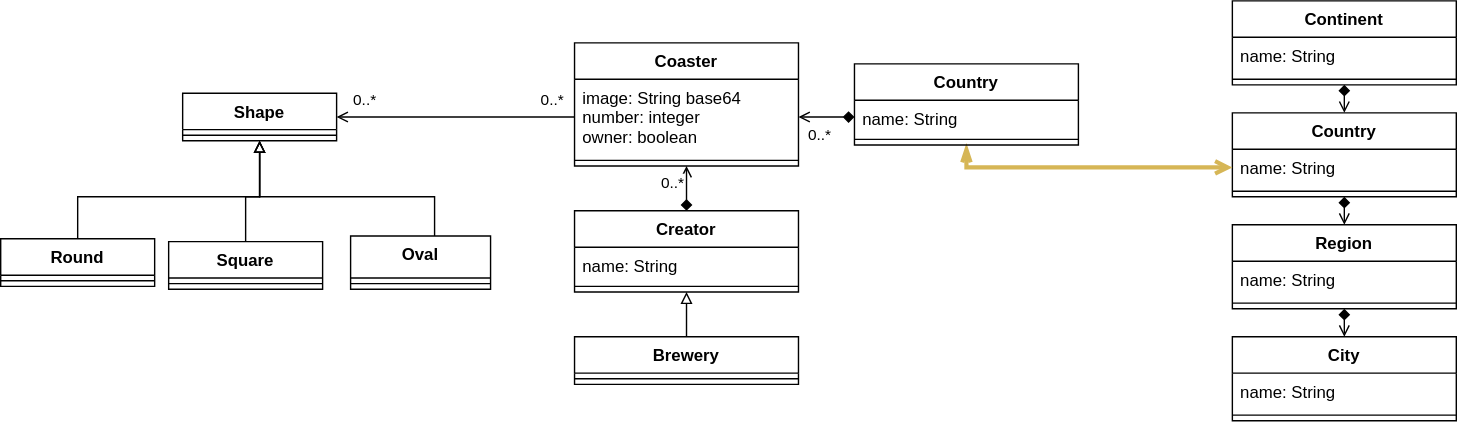
This is src/content/docs/blog/img/posts/2021-05-15-connecting-meta-models/connected-meta-model.drawio.svg from moosetechnology/moosetechnology.github.io, a draw.io export, as it was before one commit. Source tidied: cells renumbered, new cells last; positions are measured from the earlier drawing's top-left corner, leaving out a move shared by most shapes. Its diagram source:
```xml
<mxGraphModel>
  <root>
    <mxCell id="0" />
    <mxCell id="1" parent="0" />
    <mxCell id="2" value="Continent" style="swimlane;fontStyle=1;align=center;verticalAlign=top;horizontal=1;startSize=26;" parent="1" vertex="1">
      <mxGeometry x="880" width="160" height="60" as="geometry" />
    </mxCell>
    <mxCell id="3" value="name: String" style="text;strokeColor=none;fillColor=none;align=left;verticalAlign=top;spacingLeft=4;spacingRight=4;overflow=hidden;" parent="2" vertex="1">
      <mxGeometry y="26" width="160" height="26" as="geometry" />
    </mxCell>
    <mxCell id="4" style="line;strokeWidth=1;fillColor=none;align=left;verticalAlign=middle;spacingTop=-1;spacingLeft=3;spacingRight=3;labelPosition=right;" parent="2" vertex="1">
      <mxGeometry y="52" width="160" height="8" as="geometry" />
    </mxCell>
    <mxCell id="5" value="Country" style="swimlane;fontStyle=1;align=center;verticalAlign=top;horizontal=1;startSize=26;" parent="1" vertex="1">
      <mxGeometry x="880" y="80" width="160" height="60" as="geometry" />
    </mxCell>
    <mxCell id="6" value="name: String" style="text;strokeColor=none;fillColor=none;align=left;verticalAlign=top;spacingLeft=4;spacingRight=4;overflow=hidden;points=[[0,0.5],[1,0.5]];portConstraint=eastwest;" parent="5" vertex="1">
      <mxGeometry y="26" width="160" height="26" as="geometry" />
    </mxCell>
    <mxCell id="7" style="line;strokeWidth=1;fillColor=none;align=left;verticalAlign=middle;spacingTop=-1;spacingLeft=3;spacingRight=3;labelPosition=right;" parent="5" vertex="1">
      <mxGeometry y="52" width="160" height="8" as="geometry" />
    </mxCell>
    <mxCell id="8" value="City" style="swimlane;fontStyle=1;align=center;verticalAlign=top;horizontal=1;startSize=26;" parent="1" vertex="1">
      <mxGeometry x="880" y="240" width="160" height="60" as="geometry" />
    </mxCell>
    <mxCell id="9" value="name: String" style="text;strokeColor=none;fillColor=none;align=left;verticalAlign=top;spacingLeft=4;spacingRight=4;overflow=hidden;" parent="8" vertex="1">
      <mxGeometry y="26" width="160" height="26" as="geometry" />
    </mxCell>
    <mxCell id="10" style="line;strokeWidth=1;fillColor=none;align=left;verticalAlign=middle;spacingTop=-1;spacingLeft=3;spacingRight=3;labelPosition=right;" parent="8" vertex="1">
      <mxGeometry y="52" width="160" height="8" as="geometry" />
    </mxCell>
    <mxCell id="11" value="Region&#10;" style="swimlane;fontStyle=1;align=center;verticalAlign=top;horizontal=1;startSize=26;" parent="1" vertex="1">
      <mxGeometry x="880" y="160" width="160" height="60" as="geometry" />
    </mxCell>
    <mxCell id="12" value="name: String" style="text;strokeColor=none;fillColor=none;align=left;verticalAlign=top;spacingLeft=4;spacingRight=4;overflow=hidden;" parent="11" vertex="1">
      <mxGeometry y="26" width="160" height="26" as="geometry" />
    </mxCell>
    <mxCell id="13" style="line;strokeWidth=1;fillColor=none;align=left;verticalAlign=middle;spacingTop=-1;spacingLeft=3;spacingRight=3;labelPosition=right;" parent="11" vertex="1">
      <mxGeometry y="52" width="160" height="8" as="geometry" />
    </mxCell>
    <mxCell id="14" style="edgeStyle=orthogonalEdgeStyle;rounded=0;jettySize=auto;html=1;entryX=0.5;entryY=0;entryDx=0;entryDy=0;endArrow=open;endFill=0;startArrow=diamond;startFill=1;exitX=0.5;exitY=1;exitDx=0;exitDy=0;" parent="1" edge="1" source="2" target="5">
      <mxGeometry relative="1" as="geometry" />
    </mxCell>
    <mxCell id="15" style="edgeStyle=orthogonalEdgeStyle;rounded=0;jettySize=auto;html=1;entryX=0.5;entryY=0;entryDx=0;entryDy=0;startArrow=diamond;startFill=1;endArrow=open;endFill=0;exitX=0.5;exitY=1;exitDx=0;exitDy=0;" parent="1" edge="1" source="5" target="11">
      <mxGeometry relative="1" as="geometry" />
    </mxCell>
    <mxCell id="16" style="edgeStyle=orthogonalEdgeStyle;rounded=0;jettySize=auto;html=1;entryX=0.5;entryY=0;entryDx=0;entryDy=0;startArrow=diamond;startFill=1;endArrow=open;endFill=0;exitX=0.5;exitY=1;exitDx=0;exitDy=0;" parent="1" edge="1" source="11" target="8">
      <mxGeometry relative="1" as="geometry" />
    </mxCell>
    <mxCell id="17" value="Shape" style="swimlane;fontStyle=1;align=center;verticalAlign=top;horizontal=1;startSize=26;" parent="1" vertex="1">
      <mxGeometry x="130" y="66" width="110" height="34" as="geometry" />
    </mxCell>
    <mxCell id="18" style="line;strokeWidth=1;fillColor=none;align=left;verticalAlign=middle;spacingTop=-1;spacingLeft=3;spacingRight=3;labelPosition=right;" parent="17" vertex="1">
      <mxGeometry y="26" width="110" height="8" as="geometry" />
    </mxCell>
    <mxCell id="19" style="edgeStyle=orthogonalEdgeStyle;rounded=0;jettySize=auto;html=1;entryX=1;entryY=0.5;entryDx=0;entryDy=0;startArrow=none;startFill=0;endArrow=open;endFill=0;exitX=0;exitY=0.5;exitDx=0;exitDy=0;" parent="1" edge="1" source="39" target="17">
      <mxGeometry relative="1" as="geometry" />
    </mxCell>
    <mxCell id="20" value="0..*" style="edgeLabel;html=1;align=center;verticalAlign=middle;" parent="19" vertex="1">
      <mxGeometry x="0.78" relative="1" as="geometry">
        <mxPoint y="-12" as="offset" />
      </mxGeometry>
    </mxCell>
    <mxCell id="21" value="0..*" style="edgeLabel;html=1;align=center;verticalAlign=middle;" parent="19" vertex="1">
      <mxGeometry x="-0.8" relative="1" as="geometry">
        <mxPoint y="-12.7" as="offset" />
      </mxGeometry>
    </mxCell>
    <mxCell id="22" style="edgeStyle=orthogonalEdgeStyle;rounded=0;jettySize=auto;html=1;startArrow=none;startFill=0;endArrow=block;endFill=0;entryX=0.5;entryY=1;entryDx=0;entryDy=0;" parent="1" edge="1" source="23" target="17">
      <mxGeometry relative="1" as="geometry">
        <Array as="points">
          <mxPoint x="310" y="140" />
          <mxPoint x="185" y="140" />
        </Array>
      </mxGeometry>
    </mxCell>
    <mxCell id="23" value="Oval" style="swimlane;fontStyle=1;align=center;verticalAlign=top;horizontal=1;startSize=30;" parent="1" vertex="1">
      <mxGeometry x="250" y="168" width="100" height="38" as="geometry" />
    </mxCell>
    <mxCell id="24" style="line;strokeWidth=1;fillColor=none;align=left;verticalAlign=middle;spacingTop=-1;spacingLeft=3;spacingRight=3;labelPosition=right;" parent="23" vertex="1">
      <mxGeometry y="30" width="100" height="8" as="geometry" />
    </mxCell>
    <mxCell id="25" style="edgeStyle=orthogonalEdgeStyle;rounded=0;jettySize=auto;html=1;startArrow=none;startFill=0;endArrow=block;endFill=0;entryX=0.5;entryY=1;entryDx=0;entryDy=0;" parent="1" edge="1" source="26" target="17">
      <mxGeometry relative="1" as="geometry">
        <Array as="points">
          <mxPoint x="175" y="140" />
          <mxPoint x="185" y="140" />
        </Array>
      </mxGeometry>
    </mxCell>
    <mxCell id="26" value="Square" style="swimlane;fontStyle=1;align=center;verticalAlign=top;horizontal=1;startSize=26;" parent="1" vertex="1">
      <mxGeometry x="120" y="172" width="110" height="34" as="geometry" />
    </mxCell>
    <mxCell id="27" style="line;strokeWidth=1;fillColor=none;align=left;verticalAlign=middle;spacingTop=-1;spacingLeft=3;spacingRight=3;labelPosition=right;" parent="26" vertex="1">
      <mxGeometry y="26" width="110" height="8" as="geometry" />
    </mxCell>
    <mxCell id="28" style="edgeStyle=orthogonalEdgeStyle;rounded=0;jettySize=auto;html=1;entryX=0.5;entryY=1;entryDx=0;entryDy=0;startArrow=none;startFill=0;endArrow=block;endFill=0;" parent="1" edge="1" source="29" target="17">
      <mxGeometry relative="1" as="geometry">
        <Array as="points">
          <mxPoint x="55" y="140" />
          <mxPoint x="185" y="140" />
        </Array>
      </mxGeometry>
    </mxCell>
    <mxCell id="29" value="Round" style="swimlane;fontStyle=1;align=center;verticalAlign=top;horizontal=1;startSize=26;" parent="1" vertex="1">
      <mxGeometry y="170" width="110" height="34" as="geometry" />
    </mxCell>
    <mxCell id="30" style="line;strokeWidth=1;fillColor=none;align=left;verticalAlign=middle;spacingTop=-1;spacingLeft=3;spacingRight=3;labelPosition=right;" parent="29" vertex="1">
      <mxGeometry y="26" width="110" height="8" as="geometry" />
    </mxCell>
    <mxCell id="31" style="edgeStyle=orthogonalEdgeStyle;rounded=0;jettySize=auto;html=1;startArrow=diamond;startFill=1;endArrow=open;endFill=0;entryX=0.5;entryY=1;entryDx=0;entryDy=0;exitX=0.5;exitY=0;exitDx=0;exitDy=0;" parent="1" edge="1" source="45" target="38">
      <mxGeometry relative="1" as="geometry" />
    </mxCell>
    <mxCell id="32" value="0..*" style="edgeLabel;html=1;align=center;verticalAlign=middle;" parent="31" vertex="1">
      <mxGeometry x="0.29" y="1" relative="1" as="geometry">
        <mxPoint x="-9" as="offset" />
      </mxGeometry>
    </mxCell>
    <mxCell id="33" style="edgeStyle=orthogonalEdgeStyle;rounded=0;jettySize=auto;html=1;entryX=0.5;entryY=1;entryDx=0;entryDy=0;startArrow=none;startFill=0;endArrow=block;endFill=0;" parent="1" edge="1" source="34" target="45">
      <mxGeometry relative="1" as="geometry" />
    </mxCell>
    <mxCell id="34" value="Brewery" style="swimlane;fontStyle=1;align=center;verticalAlign=top;horizontal=1;startSize=26;" parent="1" vertex="1">
      <mxGeometry x="410" y="240" width="160" height="34" as="geometry" />
    </mxCell>
    <mxCell id="35" style="line;strokeWidth=1;fillColor=none;align=left;verticalAlign=middle;spacingTop=-1;spacingLeft=3;spacingRight=3;labelPosition=right;" parent="34" vertex="1">
      <mxGeometry y="26" width="160" height="8" as="geometry" />
    </mxCell>
    <mxCell id="36" style="edgeStyle=orthogonalEdgeStyle;rounded=0;jettySize=auto;html=1;entryX=1;entryY=0.5;entryDx=0;entryDy=0;endArrow=open;endFill=0;startArrow=diamond;startFill=1;exitX=0;exitY=0.5;exitDx=0;exitDy=0;" parent="1" edge="1" source="43" target="39">
      <mxGeometry relative="1" as="geometry" />
    </mxCell>
    <mxCell id="37" value="0..*" style="edgeLabel;html=1;align=center;verticalAlign=middle;" parent="36" vertex="1">
      <mxGeometry x="0.23" y="-1" relative="1" as="geometry">
        <mxPoint y="14" as="offset" />
      </mxGeometry>
    </mxCell>
    <mxCell id="38" value="Coaster" style="swimlane;fontStyle=1;align=center;verticalAlign=top;horizontal=1;startSize=26;" parent="1" vertex="1">
      <mxGeometry x="410" y="30" width="160" height="88" as="geometry" />
    </mxCell>
    <mxCell id="39" value="image: String base64&#10;number: integer&#10;owner: boolean" style="text;strokeColor=none;fillColor=none;align=left;verticalAlign=top;spacingLeft=4;spacingRight=4;overflow=hidden;points=[[0,0.5],[1,0.5]];portConstraint=eastwest;" parent="38" vertex="1">
      <mxGeometry y="26" width="160" height="54" as="geometry" />
    </mxCell>
    <mxCell id="40" style="line;strokeWidth=1;fillColor=none;align=left;verticalAlign=middle;spacingTop=-1;spacingLeft=3;spacingRight=3;labelPosition=right;" parent="38" vertex="1">
      <mxGeometry y="80" width="160" height="8" as="geometry" />
    </mxCell>
    <mxCell id="41" style="edgeStyle=orthogonalEdgeStyle;rounded=0;jettySize=auto;html=1;entryX=0;entryY=0.5;entryDx=0;entryDy=0;strokeColor=#d6b656;fillColor=#fff2cc;jumpSize=9;strokeWidth=3;endArrow=open;endFill=0;startArrow=openThin;startFill=0;" parent="1" edge="1" source="42" target="6">
      <mxGeometry relative="1" as="geometry">
        <Array as="points">
          <mxPoint x="690" y="119" />
        </Array>
      </mxGeometry>
    </mxCell>
    <mxCell id="42" value="Country" style="swimlane;fontStyle=1;align=center;verticalAlign=top;horizontal=1;startSize=26;" parent="1" vertex="1">
      <mxGeometry x="610" y="45" width="160" height="58" as="geometry" />
    </mxCell>
    <mxCell id="43" value="name: String" style="text;strokeColor=none;fillColor=none;align=left;verticalAlign=top;spacingLeft=4;spacingRight=4;overflow=hidden;points=[[0,0.5],[1,0.5]];portConstraint=eastwest;" parent="42" vertex="1">
      <mxGeometry y="26" width="160" height="24" as="geometry" />
    </mxCell>
    <mxCell id="44" style="line;strokeWidth=1;fillColor=none;align=left;verticalAlign=middle;spacingTop=-1;spacingLeft=3;spacingRight=3;labelPosition=right;" parent="42" vertex="1">
      <mxGeometry y="50" width="160" height="8" as="geometry" />
    </mxCell>
    <mxCell id="45" value="Creator" style="swimlane;fontStyle=1;align=center;verticalAlign=top;horizontal=1;startSize=26;" parent="1" vertex="1">
      <mxGeometry x="410" y="150" width="160" height="58" as="geometry" />
    </mxCell>
    <mxCell id="46" value="name: String" style="text;strokeColor=none;fillColor=none;align=left;verticalAlign=top;spacingLeft=4;spacingRight=4;overflow=hidden;" parent="45" vertex="1">
      <mxGeometry y="26" width="160" height="24" as="geometry" />
    </mxCell>
    <mxCell id="47" style="line;strokeWidth=1;fillColor=none;align=left;verticalAlign=middle;spacingTop=-1;spacingLeft=3;spacingRight=3;labelPosition=right;" parent="45" vertex="1">
      <mxGeometry y="50" width="160" height="8" as="geometry" />
    </mxCell>
  </root>
</mxGraphModel>
```
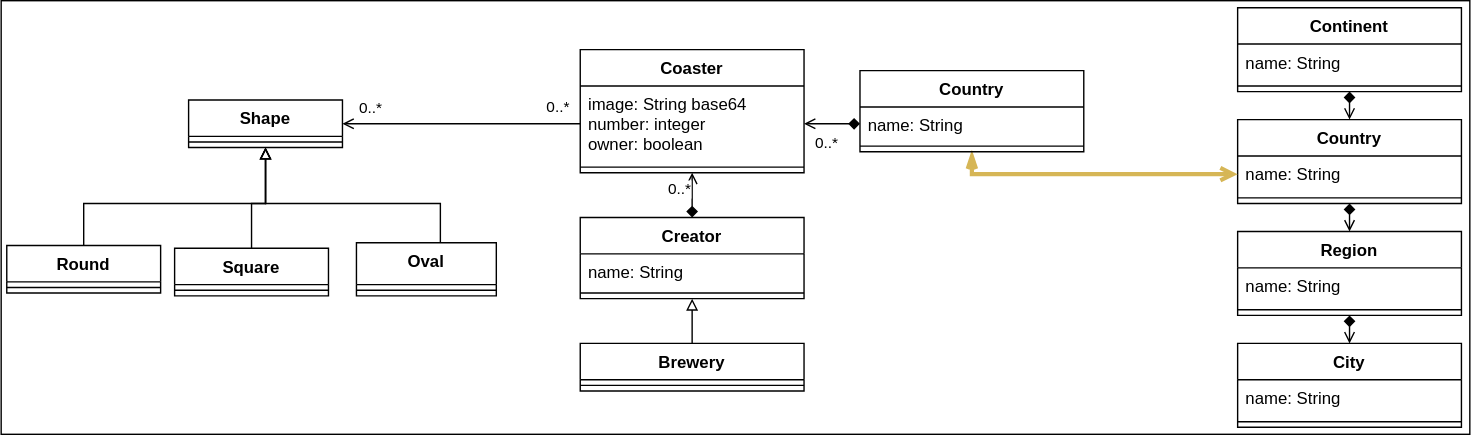
The same file after the commit.

Commit message:
background to SVG image in 2021-05-15-connecting-meta-models

Diff of the diagram source:
```diff
@@ -2,6 +2,9 @@
   <root>
     <mxCell id="0" />
     <mxCell id="1" parent="0" />
+    <mxCell id="48" style="rounded=0;whiteSpace=wrap;html=1;" parent="1" vertex="1">
+      <mxGeometry x="-4" y="-5" width="1050" height="310" as="geometry" />
+    </mxCell>
     <mxCell id="2" value="Continent" style="swimlane;fontStyle=1;align=center;verticalAlign=top;horizontal=1;startSize=26;" parent="1" vertex="1">
       <mxGeometry x="880" width="160" height="60" as="geometry" />
     </mxCell>
```
